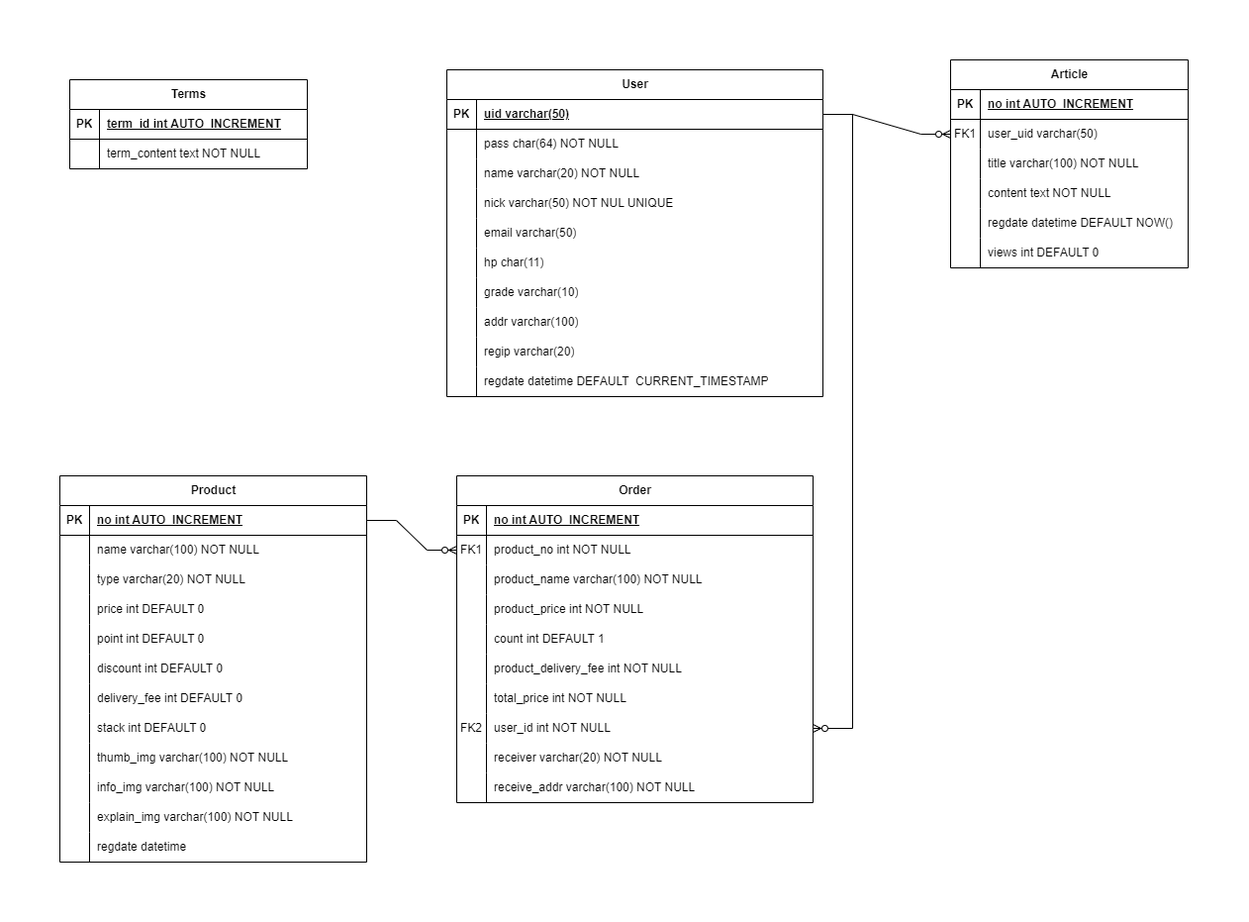
Before: Farmstory_JSP/docs/FarmStory.drawio.png, a diagram exported from draw.io (Dangi90/team5). Source tidied: cells renumbered, new cells last; positions are measured from the earlier drawing's top-left corner, leaving out a move shared by most shapes.
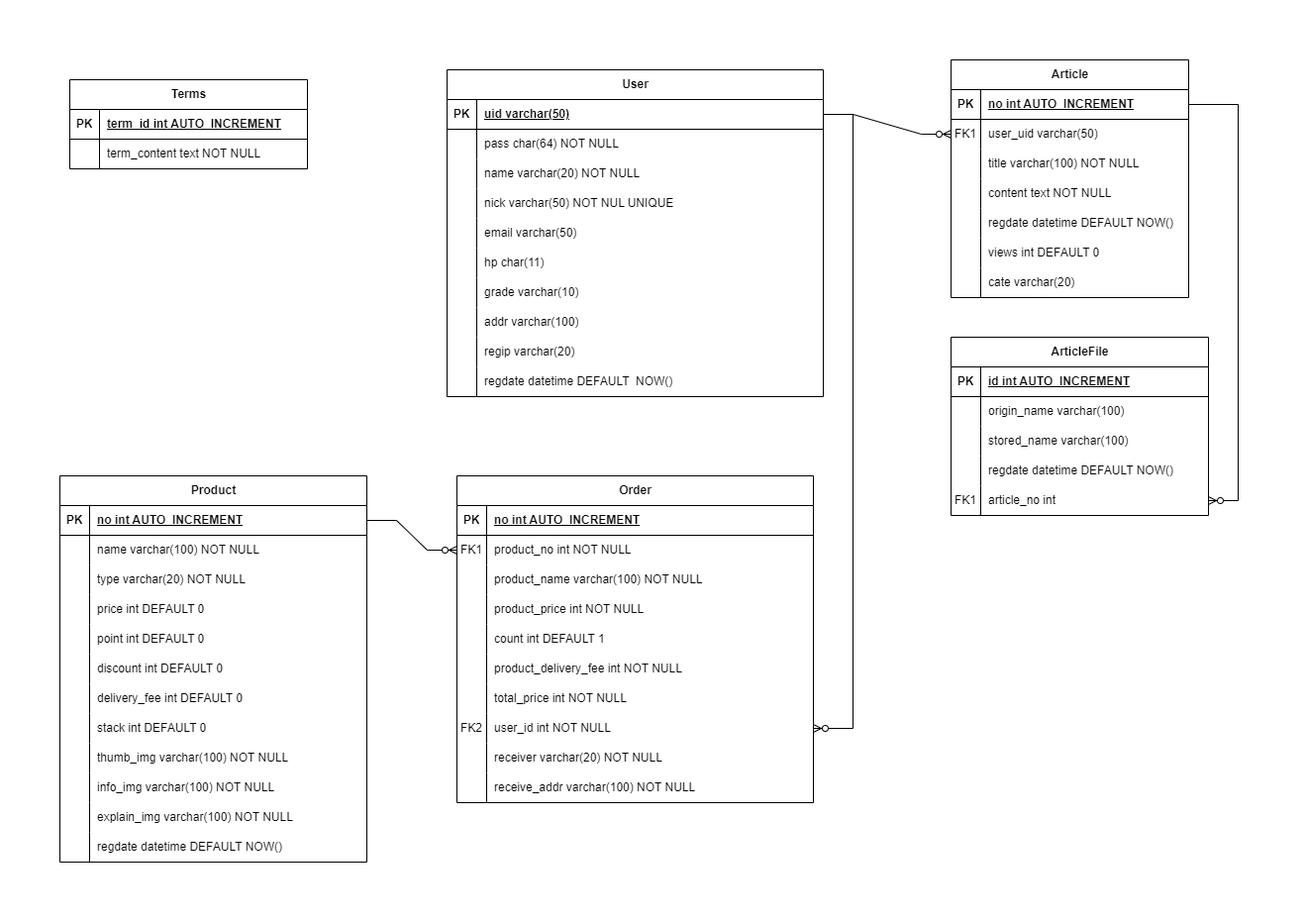
The same file after the commit.

Commit message:
erd articlefile 추가

Change to the diagram source:
```diff
@@ -113,11 +113,11 @@
     <mxCell id="38" style="shape=partialRectangle;fillColor=none;top=0;left=0;bottom=0;right=0;overflow=hidden;whiteSpace=wrap;html=1;" parent="37" vertex="1">
       <mxGeometry width="30" height="30" as="geometry" />
     </mxCell>
-    <mxCell id="39" value="regdate datetime DEFAULT&amp;nbsp; CURRENT_TIMESTAMP" style="shape=partialRectangle;fillColor=none;top=0;left=0;bottom=0;right=0;align=left;spacingLeft=6;overflow=hidden;whiteSpace=wrap;html=1;" parent="37" vertex="1">
+    <mxCell id="39" value="regdate datetime DEFAULT&amp;nbsp; NOW()" style="shape=partialRectangle;fillColor=none;top=0;left=0;bottom=0;right=0;align=left;spacingLeft=6;overflow=hidden;whiteSpace=wrap;html=1;" parent="37" vertex="1">
       <mxGeometry x="30" width="350" height="30" as="geometry" />
     </mxCell>
     <mxCell id="40" value="Article" style="shape=table;startSize=30;rowLines=0;fontStyle=1;align=center;html=1;" parent="1" vertex="1">
-      <mxGeometry x="900" width="240" height="210" as="geometry" />
+      <mxGeometry x="900" width="240" height="240" as="geometry" />
     </mxCell>
     <mxCell id="41" style="shape=tableRow;horizontal=0;startSize=0;swimlaneHead=0;swimlaneBody=0;fillColor=none;points=[[0,0.5],[1,0.5]];portConstraint=eastwest;top=0;left=0;right=0;bottom=1;" parent="40" vertex="1">
       <mxGeometry y="30" width="240" height="30" as="geometry" />
@@ -173,6 +173,15 @@
     <mxCell id="58" value="views int DEFAULT 0" style="shape=partialRectangle;fillColor=none;top=0;left=0;bottom=0;right=0;align=left;spacingLeft=6;overflow=hidden;whiteSpace=wrap;html=1;" parent="56" vertex="1">
       <mxGeometry x="30" width="210" height="30" as="geometry" />
     </mxCell>
+    <mxCell id="130" style="shape=tableRow;horizontal=0;startSize=0;swimlaneHead=0;swimlaneBody=0;fillColor=none;top=0;left=0;right=0;bottom=0;" parent="40" vertex="1">
+      <mxGeometry y="210" width="240" height="30" as="geometry" />
+    </mxCell>
+    <mxCell id="131" style="shape=partialRectangle;fillColor=none;top=0;left=0;bottom=0;right=0;overflow=hidden;whiteSpace=wrap;html=1;" parent="130" vertex="1">
+      <mxGeometry width="30" height="30" as="geometry" />
+    </mxCell>
+    <mxCell id="132" value="cate varchar(20)" style="shape=partialRectangle;fillColor=none;top=0;left=0;bottom=0;right=0;align=left;spacingLeft=6;overflow=hidden;whiteSpace=wrap;html=1;" parent="130" vertex="1">
+      <mxGeometry x="30" width="210" height="30" as="geometry" />
+    </mxCell>
     <mxCell id="59" value="Product" style="shape=table;startSize=30;rowLines=0;fontStyle=1;align=center;html=1;" parent="1" vertex="1">
       <mxGeometry y="420" width="310" height="390" as="geometry" />
     </mxCell>
@@ -281,7 +290,7 @@
     <mxCell id="94" style="shape=partialRectangle;fillColor=none;top=0;left=0;bottom=0;right=0;overflow=hidden;whiteSpace=wrap;html=1;" parent="93" vertex="1">
       <mxGeometry width="30" height="30" as="geometry" />
     </mxCell>
-    <mxCell id="95" value="regdate datetime" style="shape=partialRectangle;fillColor=none;top=0;left=0;bottom=0;right=0;align=left;spacingLeft=6;overflow=hidden;whiteSpace=wrap;html=1;" parent="93" vertex="1">
+    <mxCell id="95" value="regdate datetime DEFAULT NOW()" style="shape=partialRectangle;fillColor=none;top=0;left=0;bottom=0;right=0;align=left;spacingLeft=6;overflow=hidden;whiteSpace=wrap;html=1;" parent="93" vertex="1">
       <mxGeometry x="30" width="280" height="30" as="geometry" />
     </mxCell>
     <mxCell id="96" value="Order" style="shape=table;startSize=30;rowLines=0;fontStyle=1;align=center;html=1;" parent="1" vertex="1">
@@ -386,5 +395,62 @@
     <mxCell id="129" style="edgeStyle=entityRelationEdgeStyle;fontSize=12;html=1;endArrow=ERzeroToMany;endFill=1;rounded=0;" parent="1" edge="1" source="10" target="44">
       <mxGeometry relative="1" as="geometry" />
     </mxCell>
+    <mxCell id="133" value="ArticleFile" style="shape=table;startSize=30;rowLines=0;fontStyle=1;align=center;html=1;" parent="1" vertex="1">
+      <mxGeometry x="900" y="280" width="260" height="180" as="geometry" />
+    </mxCell>
+    <mxCell id="134" style="shape=tableRow;horizontal=0;startSize=0;swimlaneHead=0;swimlaneBody=0;fillColor=none;top=0;left=0;right=0;bottom=1;" parent="133" vertex="1">
+      <mxGeometry y="30" width="260" height="30" as="geometry" />
+    </mxCell>
+    <mxCell id="135" value="PK" style="shape=partialRectangle;fillColor=none;top=0;left=0;bottom=0;right=0;fontStyle=1;overflow=hidden;whiteSpace=wrap;html=1;" parent="134" vertex="1">
+      <mxGeometry width="30" height="30" as="geometry" />
+    </mxCell>
+    <mxCell id="136" value="id int AUTO_INCREMENT" style="shape=partialRectangle;fillColor=none;top=0;left=0;bottom=0;right=0;align=left;spacingLeft=6;fontStyle=5;overflow=hidden;whiteSpace=wrap;html=1;" parent="134" vertex="1">
+      <mxGeometry x="30" width="230" height="30" as="geometry" />
+    </mxCell>
+    <mxCell id="137" style="shape=tableRow;horizontal=0;startSize=0;swimlaneHead=0;swimlaneBody=0;fillColor=none;top=0;left=0;right=0;bottom=0;" parent="133" vertex="1">
+      <mxGeometry y="60" width="260" height="30" as="geometry" />
+    </mxCell>
+    <mxCell id="138" style="shape=partialRectangle;fillColor=none;top=0;left=0;bottom=0;right=0;overflow=hidden;whiteSpace=wrap;html=1;" parent="137" vertex="1">
+      <mxGeometry width="30" height="30" as="geometry" />
+    </mxCell>
+    <mxCell id="139" value="origin_name varchar(100)" style="shape=partialRectangle;fillColor=none;top=0;left=0;bottom=0;right=0;align=left;spacingLeft=6;overflow=hidden;whiteSpace=wrap;html=1;" parent="137" vertex="1">
+      <mxGeometry x="30" width="230" height="30" as="geometry" />
+    </mxCell>
+    <mxCell id="140" style="shape=tableRow;horizontal=0;startSize=0;swimlaneHead=0;swimlaneBody=0;fillColor=none;top=0;left=0;right=0;bottom=0;" parent="133" vertex="1">
+      <mxGeometry y="90" width="260" height="30" as="geometry" />
+    </mxCell>
+    <mxCell id="141" style="shape=partialRectangle;fillColor=none;top=0;left=0;bottom=0;right=0;overflow=hidden;whiteSpace=wrap;html=1;" parent="140" vertex="1">
+      <mxGeometry width="30" height="30" as="geometry" />
+    </mxCell>
+    <mxCell id="142" value="stored_name varchar(100)" style="shape=partialRectangle;fillColor=none;top=0;left=0;bottom=0;right=0;align=left;spacingLeft=6;overflow=hidden;whiteSpace=wrap;html=1;" parent="140" vertex="1">
+      <mxGeometry x="30" width="230" height="30" as="geometry" />
+    </mxCell>
+    <mxCell id="143" style="shape=tableRow;horizontal=0;startSize=0;swimlaneHead=0;swimlaneBody=0;fillColor=none;top=0;left=0;right=0;bottom=0;" parent="133" vertex="1">
+      <mxGeometry y="120" width="260" height="30" as="geometry" />
+    </mxCell>
+    <mxCell id="144" style="shape=partialRectangle;fillColor=none;top=0;left=0;bottom=0;right=0;overflow=hidden;whiteSpace=wrap;html=1;" parent="143" vertex="1">
+      <mxGeometry width="30" height="30" as="geometry" />
+    </mxCell>
+    <mxCell id="145" value="regdate datetime DEFAULT NOW()" style="shape=partialRectangle;fillColor=none;top=0;left=0;bottom=0;right=0;align=left;spacingLeft=6;overflow=hidden;whiteSpace=wrap;html=1;" parent="143" vertex="1">
+      <mxGeometry x="30" width="230" height="30" as="geometry" />
+    </mxCell>
+    <mxCell id="146" style="shape=tableRow;horizontal=0;startSize=0;swimlaneHead=0;swimlaneBody=0;fillColor=none;points=[[0,0.5],[1,0.5]];portConstraint=eastwest;top=0;left=0;right=0;bottom=0;" parent="133" vertex="1">
+      <mxGeometry y="150" width="260" height="30" as="geometry" />
+    </mxCell>
+    <mxCell id="147" value="FK1" style="shape=partialRectangle;fillColor=none;top=0;left=0;bottom=0;right=0;overflow=hidden;whiteSpace=wrap;html=1;" parent="146" vertex="1">
+      <mxGeometry width="30" height="30" as="geometry" />
+    </mxCell>
+    <mxCell id="148" value="article_no int" style="shape=partialRectangle;fillColor=none;top=0;left=0;bottom=0;right=0;align=left;spacingLeft=6;overflow=hidden;whiteSpace=wrap;html=1;" parent="146" vertex="1">
+      <mxGeometry x="30" width="230" height="30" as="geometry" />
+    </mxCell>
+    <mxCell id="149" style="edgeStyle=entityRelationEdgeStyle;fontSize=12;html=1;endArrow=ERzeroToMany;endFill=1;rounded=0;" parent="1" edge="1" source="41" target="146">
+      <mxGeometry relative="1" as="geometry">
+        <Array as="points">
+          <mxPoint x="1260" y="250" />
+          <mxPoint x="1250" y="260" />
+          <mxPoint x="1270" y="180" />
+        </Array>
+      </mxGeometry>
+    </mxCell>
   </root>
 </mxGraphModel>
```
